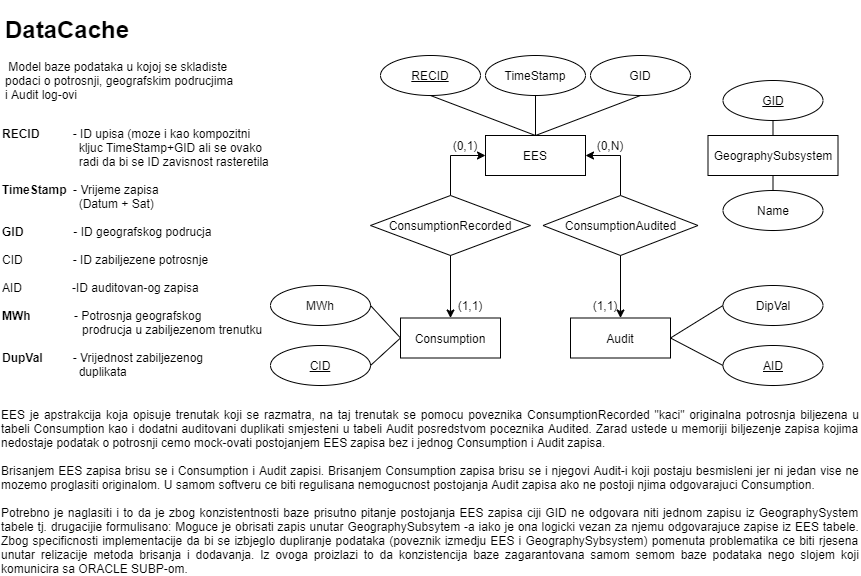
Earlier version of the draw.io export DB/Diagrams/DB_ER.png (utodorovic99/DataCache). Source tidied: cells renumbered, new cells last; positions are measured from the earlier drawing's top-left corner, leaving out a move shared by most shapes.
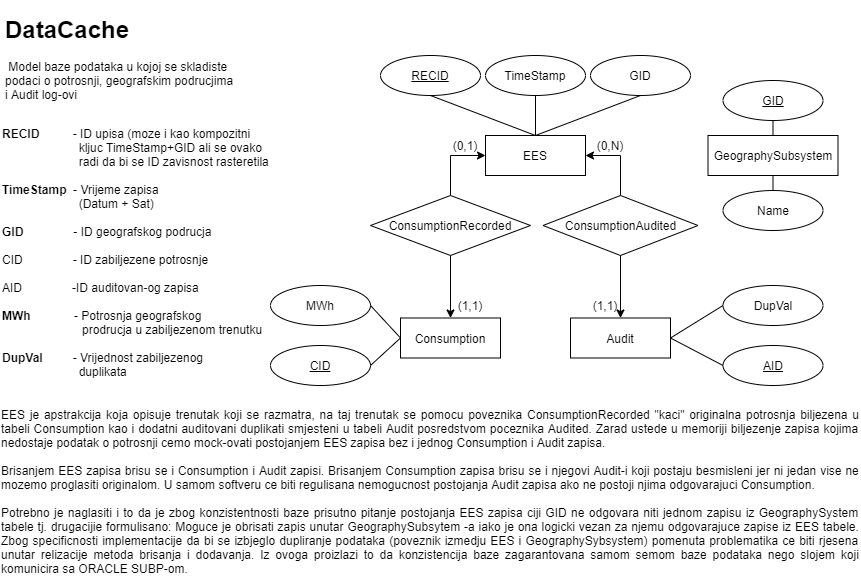
Above is the later version.

What changed in the source:
```diff
@@ -113,7 +113,7 @@
     <mxCell id="35" value="&lt;div style=&quot;text-align: justify&quot;&gt;&lt;span&gt;EES je apstrakcija koja opisuje trenutak koji se razmatra, na taj trenutak se pomocu poveznika ConsumptionRecorded &quot;kaci&quot; originalna potrosnja biljezena u tabeli Consumption kao i dodatni auditovani duplikati smjesteni u tabeli Audit posredstvom poceznika Audited. Zarad ustede u memoriji biljezenje zapisa kojima nedostaje podatak o potrosnji cemo mock-ovati postojanjem EES zapisa bez i jednog Consumption i Audit zapisa.&amp;nbsp;&lt;/span&gt;&lt;/div&gt;&lt;div style=&quot;text-align: justify&quot;&gt;&lt;span&gt;&lt;br&gt;&lt;/span&gt;&lt;/div&gt;&lt;div style=&quot;text-align: justify&quot;&gt;&lt;span&gt;Brisanjem EES zapisa brisu se i Consumption i Audit zapisi. Brisanjem Consumption zapisa brisu se i njegovi Audit-i koji postaju besmisleni jer ni jedan vise ne mozemo proglasiti originalom. U samom softveru ce biti regulisana nemogucnost postojanja Audit zapisa ako ne postoji njima odgovarajuci Consumption.&lt;/span&gt;&lt;/div&gt;&lt;div style=&quot;text-align: justify&quot;&gt;&lt;span&gt;&lt;br&gt;&lt;/span&gt;&lt;/div&gt;&lt;div style=&quot;text-align: justify&quot;&gt;&lt;span&gt;Potrebno je naglasiti i to da je zbog konzistentnosti baze prisutno pitanje postojanja EES zapisa ciji GID ne odgovara niti jednom zapisu iz GeographySystem tabele tj. drugacijie formulisano: Moguce je obrisati zapis unutar GeographySubsytem -a iako je ona logicki vezan za njemu odgovarajuce zapise iz EES tabele. Zbog specificnosti implementacije da bi se izbjeglo dupliranje podataka (poveznik izmedju EES i GeographySybsystem) pomenuta problematika ce biti rjesena unutar relizacije metoda brisanja i dodavanja. Iz ovoga proizlazi to da konzistencija baze zagarantovana samom semom baze podataka nego slojem koji komunicira sa ORACLE SUBP-om.&lt;/span&gt;&lt;/div&gt;" style="text;html=1;strokeColor=none;fillColor=none;align=center;verticalAlign=middle;whiteSpace=wrap;rounded=0;" parent="1" vertex="1">
       <mxGeometry y="400" width="860" height="162.5" as="geometry" />
     </mxCell>
-    <mxCell id="36" value="DipVal" style="ellipse;whiteSpace=wrap;html=1;align=center;" parent="1" vertex="1">
+    <mxCell id="36" value="DupVal" style="ellipse;whiteSpace=wrap;html=1;align=center;" parent="1" vertex="1">
       <mxGeometry x="722.5" y="275" width="100" height="40" as="geometry" />
     </mxCell>
   </root>
```
